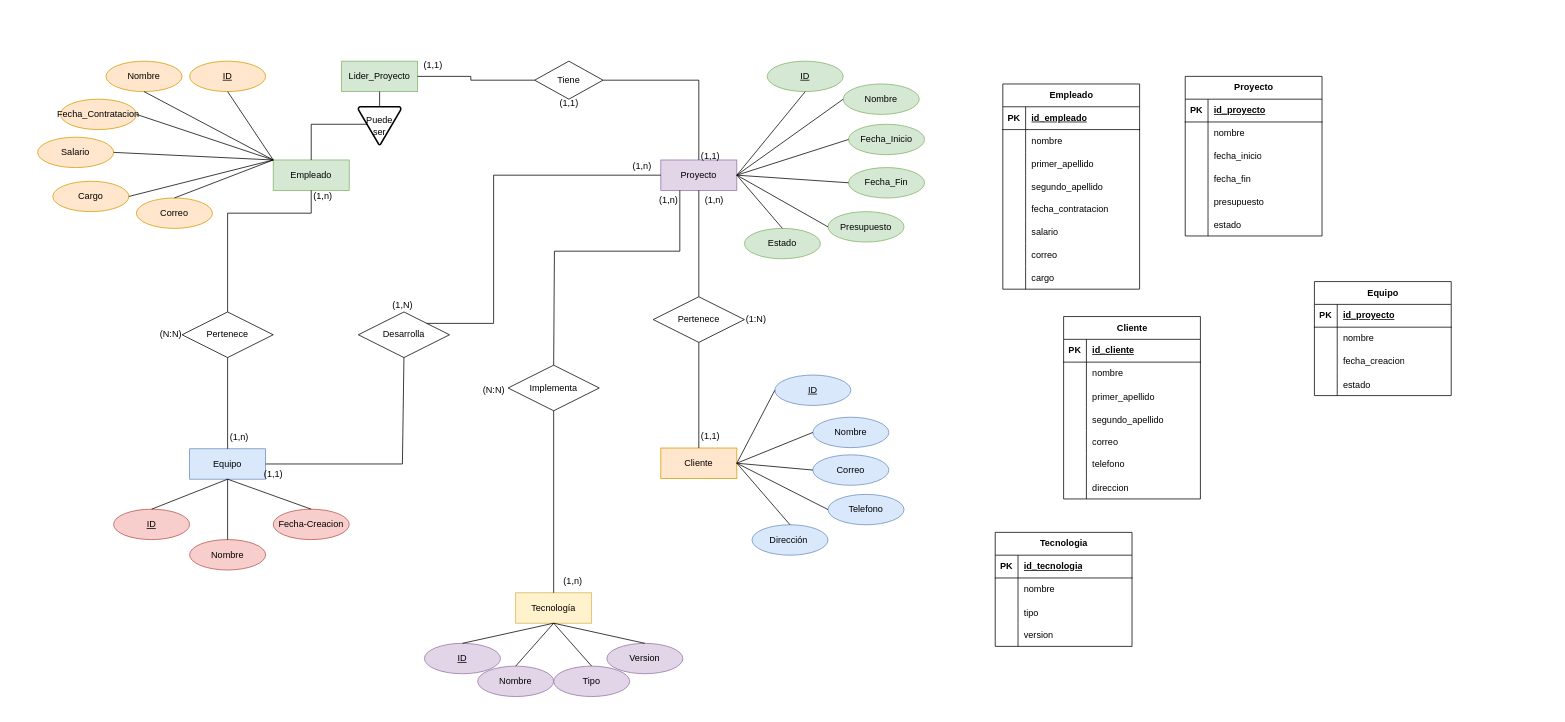
Before: Proyecto.drawio in SebassX69/DiagramasDB, a draw.io diagram. Source tidied: cells renumbered, new cells numbered last; positions are measured from the earlier drawing's top-left corner, leaving out a move shared by most shapes. Both pictures are drawn from the tidied source at 76%, with x=0, y=0 at pixel (37, 53).
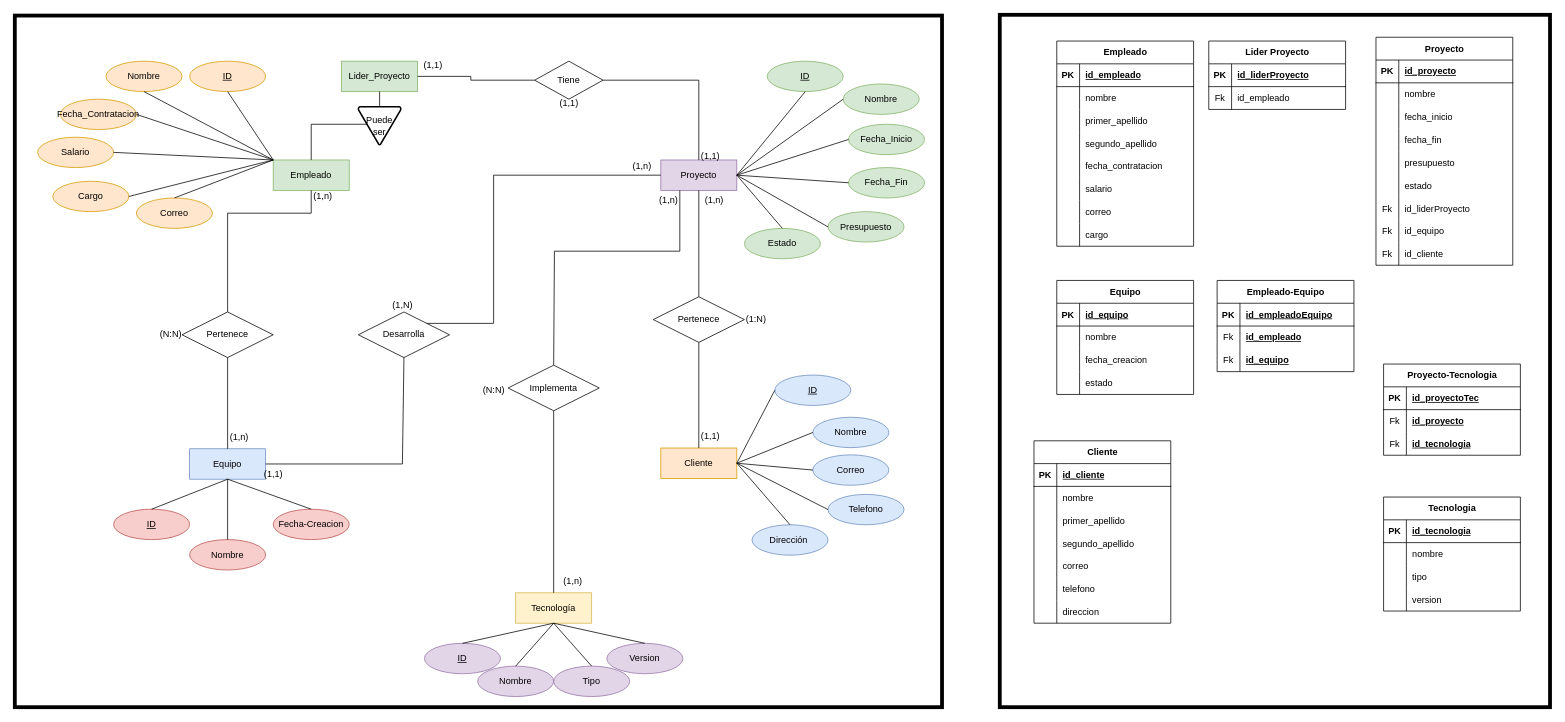
The same diagram, later.

Unchanged cells that the change refers to:
```xml
<mxCell id="169" style="shape=tableRow;horizontal=0;startSize=0;swimlaneHead=0;swimlaneBody=0;fillColor=none;top=0;left=0;right=0;bottom=1;" parent="168" vertex="1">
  <mxGeometry y="30" width="180" height="30" as="geometry" />
</mxCell>
```

What changed in the source:
```diff
@@
     <mxCell id="89" value="Empleado" style="shape=table;startSize=30;childLayout=tableLayout;rowLines=0;fontStyle=1;align=center;html=1;" parent="1" vertex="1">
-      <mxGeometry x="1270" y="40" width="180" height="270" as="geometry" />
+      <mxGeometry x="1341" y="-16.5" width="180" height="270" as="geometry" />
     </mxCell>
@@
     <mxCell id="114" value="Proyecto" style="shape=table;startSize=30;childLayout=tableLayout;rowLines=0;fontStyle=1;align=center;html=1;" parent="1" vertex="1">
-      <mxGeometry x="1510" y="30" width="180" height="210" as="geometry" />
+      <mxGeometry x="1761" y="-21.5" width="180" height="300" as="geometry" />
     </mxCell>
@@
+    <mxCell id="181" style="shape=tableRow;horizontal=0;startSize=0;swimlaneHead=0;swimlaneBody=0;fillColor=none;top=0;left=0;right=0;bottom=0;" parent="114" vertex="1">
+      <mxGeometry y="210" width="180" height="30" as="geometry" />
+    </mxCell>
+    <mxCell id="182" value="Fk" style="shape=partialRectangle;fillColor=none;top=0;left=0;bottom=0;right=0;overflow=hidden;" parent="181" vertex="1">
+      <mxGeometry width="30" height="30" as="geometry" />
+    </mxCell>
+    <mxCell id="183" value="id_liderProyecto" style="shape=partialRectangle;fillColor=none;top=0;left=0;bottom=0;right=0;align=left;spacingLeft=6;overflow=hidden;" parent="181" vertex="1">
+      <mxGeometry x="30" width="150" height="30" as="geometry" />
+    </mxCell>
+    <mxCell id="184" style="shape=tableRow;horizontal=0;startSize=0;swimlaneHead=0;swimlaneBody=0;fillColor=none;top=0;left=0;right=0;bottom=0;" parent="114" vertex="1">
+      <mxGeometry y="240" width="180" height="30" as="geometry" />
+    </mxCell>
+    <mxCell id="185" value="Fk" style="shape=partialRectangle;fillColor=none;top=0;left=0;bottom=0;right=0;overflow=hidden;" parent="184" vertex="1">
+      <mxGeometry width="30" height="30" as="geometry" />
+    </mxCell>
+    <mxCell id="186" value="id_equipo" style="shape=partialRectangle;fillColor=none;top=0;left=0;bottom=0;right=0;align=left;spacingLeft=6;overflow=hidden;" parent="184" vertex="1">
+      <mxGeometry x="30" width="150" height="30" as="geometry" />
+    </mxCell>
+    <mxCell id="187" style="shape=tableRow;horizontal=0;startSize=0;swimlaneHead=0;swimlaneBody=0;fillColor=none;top=0;left=0;right=0;bottom=0;" parent="114" vertex="1">
+      <mxGeometry y="270" width="180" height="30" as="geometry" />
+    </mxCell>
+    <mxCell id="188" value="Fk" style="shape=partialRectangle;fillColor=none;top=0;left=0;bottom=0;right=0;overflow=hidden;" parent="187" vertex="1">
+      <mxGeometry width="30" height="30" as="geometry" />
+    </mxCell>
+    <mxCell id="189" value="id_cliente" style="shape=partialRectangle;fillColor=none;top=0;left=0;bottom=0;right=0;align=left;spacingLeft=6;overflow=hidden;" parent="187" vertex="1">
+      <mxGeometry x="30" width="150" height="30" as="geometry" />
+    </mxCell>
     <mxCell id="133" value="Cliente" style="shape=table;startSize=30;childLayout=tableLayout;rowLines=0;fontStyle=1;align=center;html=1;" parent="1" vertex="1">
-      <mxGeometry x="1350" y="346" width="180" height="240" as="geometry" />
+      <mxGeometry x="1311" y="509.5" width="180" height="240" as="geometry" />
     </mxCell>
@@
     <mxCell id="155" value="Tecnologia" style="shape=table;startSize=30;childLayout=tableLayout;rowLines=0;fontStyle=1;align=center;html=1;" parent="1" vertex="1">
-      <mxGeometry x="1260" y="630" width="180" height="150" as="geometry" />
+      <mxGeometry x="1771" y="583.5" width="180" height="150" as="geometry" />
     </mxCell>
@@
     <mxCell id="168" value="Equipo" style="shape=table;startSize=30;childLayout=tableLayout;rowLines=0;fontStyle=1;align=center;html=1;" parent="1" vertex="1">
-      <mxGeometry x="1680" y="300" width="180" height="150" as="geometry" />
+      <mxGeometry x="1341" y="298.5" width="180" height="150" as="geometry" />
     </mxCell>
@@
-    <mxCell id="171" value="id_proyecto" style="shape=partialRectangle;fillColor=none;top=0;left=0;bottom=0;right=0;align=left;spacingLeft=6;fontStyle=5;overflow=hidden;whiteSpace=wrap;html=1;" parent="169" vertex="1">
+    <mxCell id="171" value="id_equipo" style="shape=partialRectangle;fillColor=none;top=0;left=0;bottom=0;right=0;align=left;spacingLeft=6;fontStyle=5;overflow=hidden;whiteSpace=wrap;html=1;" parent="169" vertex="1">
       <mxGeometry x="30" width="150" height="30" as="geometry" />
     </mxCell>
@@
+    <mxCell id="190" value="Lider Proyecto" style="shape=table;startSize=30;childLayout=tableLayout;rowLines=0;fontStyle=1;align=center;html=1;" parent="1" vertex="1">
+      <mxGeometry x="1541" y="-16.5" width="180" height="90" as="geometry" />
+    </mxCell>
+    <mxCell id="191" style="shape=tableRow;horizontal=0;startSize=0;swimlaneHead=0;swimlaneBody=0;fillColor=none;top=0;left=0;right=0;bottom=1;" parent="190" vertex="1">
+      <mxGeometry y="30" width="180" height="30" as="geometry" />
+    </mxCell>
+    <mxCell id="192" value="PK" style="shape=partialRectangle;fillColor=none;top=0;left=0;bottom=0;right=0;fontStyle=1;overflow=hidden;whiteSpace=wrap;html=1;" parent="191" vertex="1">
+      <mxGeometry width="30" height="30" as="geometry" />
+    </mxCell>
+    <mxCell id="193" value="id_liderProyecto" style="shape=partialRectangle;fillColor=none;top=0;left=0;bottom=0;right=0;align=left;spacingLeft=6;fontStyle=5;overflow=hidden;whiteSpace=wrap;html=1;" parent="191" vertex="1">
+      <mxGeometry x="30" width="150" height="30" as="geometry" />
+    </mxCell>
+    <mxCell id="194" style="shape=tableRow;horizontal=0;startSize=0;swimlaneHead=0;swimlaneBody=0;fillColor=none;top=0;left=0;right=0;bottom=0;" parent="190" vertex="1">
+      <mxGeometry y="60" width="180" height="30" as="geometry" />
+    </mxCell>
+    <mxCell id="195" value="Fk" style="shape=partialRectangle;fillColor=none;top=0;left=0;bottom=0;right=0;overflow=hidden;whiteSpace=wrap;html=1;" parent="194" vertex="1">
+      <mxGeometry width="30" height="30" as="geometry" />
+    </mxCell>
+    <mxCell id="196" value="id_empleado" style="shape=partialRectangle;fillColor=none;top=0;left=0;bottom=0;right=0;align=left;spacingLeft=6;overflow=hidden;whiteSpace=wrap;html=1;" parent="194" vertex="1">
+      <mxGeometry x="30" width="150" height="30" as="geometry" />
+    </mxCell>
+    <mxCell id="197" value="Empleado-Equipo" style="shape=table;startSize=30;childLayout=tableLayout;rowLines=0;fontStyle=1;align=center;html=1;" parent="1" vertex="1">
+      <mxGeometry x="1552" y="298.5" width="180" height="120" as="geometry" />
+    </mxCell>
+    <mxCell id="198" style="shape=tableRow;horizontal=0;startSize=0;swimlaneHead=0;swimlaneBody=0;fillColor=none;top=0;left=0;right=0;bottom=1;" parent="197" vertex="1">
+      <mxGeometry y="30" width="180" height="30" as="geometry" />
+    </mxCell>
+    <mxCell id="199" value="PK" style="shape=partialRectangle;fillColor=none;top=0;left=0;bottom=0;right=0;fontStyle=1;overflow=hidden;whiteSpace=wrap;html=1;" parent="198" vertex="1">
+      <mxGeometry width="30" height="30" as="geometry" />
+    </mxCell>
+    <mxCell id="200" value="id_empleadoEquipo" style="shape=partialRectangle;fillColor=none;top=0;left=0;bottom=0;right=0;align=left;spacingLeft=6;fontStyle=5;overflow=hidden;whiteSpace=wrap;html=1;" parent="198" vertex="1">
+      <mxGeometry x="30" width="150" height="30" as="geometry" />
+    </mxCell>
+    <mxCell id="201" style="shape=tableRow;horizontal=0;startSize=0;swimlaneHead=0;swimlaneBody=0;fillColor=none;top=0;left=0;right=0;bottom=0;" parent="197" vertex="1">
+      <mxGeometry y="60" width="180" height="30" as="geometry" />
+    </mxCell>
+    <mxCell id="202" value="Fk" style="shape=partialRectangle;fillColor=none;top=0;left=0;bottom=0;right=0;overflow=hidden;whiteSpace=wrap;html=1;" parent="201" vertex="1">
+      <mxGeometry width="30" height="30" as="geometry" />
+    </mxCell>
+    <mxCell id="203" value="&lt;span style=&quot;font-weight: 700; text-decoration-line: underline;&quot;&gt;id_empleado&lt;/span&gt;" style="shape=partialRectangle;fillColor=none;top=0;left=0;bottom=0;right=0;align=left;spacingLeft=6;overflow=hidden;whiteSpace=wrap;html=1;" parent="201" vertex="1">
+      <mxGeometry x="30" width="150" height="30" as="geometry" />
+    </mxCell>
+    <mxCell id="204" style="shape=tableRow;horizontal=0;startSize=0;swimlaneHead=0;swimlaneBody=0;fillColor=none;top=0;left=0;right=0;bottom=0;" parent="197" vertex="1">
+      <mxGeometry y="90" width="180" height="30" as="geometry" />
+    </mxCell>
+    <mxCell id="205" value="Fk" style="shape=partialRectangle;fillColor=none;top=0;left=0;bottom=0;right=0;overflow=hidden;whiteSpace=wrap;html=1;" parent="204" vertex="1">
+      <mxGeometry width="30" height="30" as="geometry" />
+    </mxCell>
+    <mxCell id="206" value="&lt;span style=&quot;font-weight: 700; text-decoration-line: underline;&quot;&gt;id_equipo&lt;/span&gt;" style="shape=partialRectangle;fillColor=none;top=0;left=0;bottom=0;right=0;align=left;spacingLeft=6;overflow=hidden;whiteSpace=wrap;html=1;" parent="204" vertex="1">
+      <mxGeometry x="30" width="150" height="30" as="geometry" />
+    </mxCell>
+    <mxCell id="207" value="Proyecto-Tecnologia" style="shape=table;startSize=30;childLayout=tableLayout;rowLines=0;fontStyle=1;align=center;html=1;" parent="1" vertex="1">
+      <mxGeometry x="1771" y="408.5" width="180" height="120" as="geometry" />
+    </mxCell>
+    <mxCell id="208" style="shape=tableRow;horizontal=0;startSize=0;swimlaneHead=0;swimlaneBody=0;fillColor=none;top=0;left=0;right=0;bottom=1;" parent="207" vertex="1">
+      <mxGeometry y="30" width="180" height="30" as="geometry" />
+    </mxCell>
+    <mxCell id="209" value="PK" style="shape=partialRectangle;fillColor=none;top=0;left=0;bottom=0;right=0;fontStyle=1;overflow=hidden;whiteSpace=wrap;html=1;" parent="208" vertex="1">
+      <mxGeometry width="30" height="30" as="geometry" />
+    </mxCell>
+    <mxCell id="210" value="id_proyectoTec" style="shape=partialRectangle;fillColor=none;top=0;left=0;bottom=0;right=0;align=left;spacingLeft=6;fontStyle=5;overflow=hidden;whiteSpace=wrap;html=1;" parent="208" vertex="1">
+      <mxGeometry x="30" width="150" height="30" as="geometry" />
+    </mxCell>
+    <mxCell id="211" style="shape=tableRow;horizontal=0;startSize=0;swimlaneHead=0;swimlaneBody=0;fillColor=none;top=0;left=0;right=0;bottom=0;" parent="207" vertex="1">
+      <mxGeometry y="60" width="180" height="30" as="geometry" />
+    </mxCell>
+    <mxCell id="212" value="Fk" style="shape=partialRectangle;fillColor=none;top=0;left=0;bottom=0;right=0;overflow=hidden;whiteSpace=wrap;html=1;" parent="211" vertex="1">
+      <mxGeometry width="30" height="30" as="geometry" />
+    </mxCell>
+    <mxCell id="213" value="&lt;span style=&quot;font-weight: 700; text-decoration-line: underline;&quot;&gt;id_proyecto&lt;/span&gt;" style="shape=partialRectangle;fillColor=none;top=0;left=0;bottom=0;right=0;align=left;spacingLeft=6;overflow=hidden;whiteSpace=wrap;html=1;" parent="211" vertex="1">
+      <mxGeometry x="30" width="150" height="30" as="geometry" />
+    </mxCell>
+    <mxCell id="214" style="shape=tableRow;horizontal=0;startSize=0;swimlaneHead=0;swimlaneBody=0;fillColor=none;top=0;left=0;right=0;bottom=0;" parent="207" vertex="1">
+      <mxGeometry y="90" width="180" height="30" as="geometry" />
+    </mxCell>
+    <mxCell id="215" value="Fk" style="shape=partialRectangle;fillColor=none;top=0;left=0;bottom=0;right=0;overflow=hidden;whiteSpace=wrap;html=1;" parent="214" vertex="1">
+      <mxGeometry width="30" height="30" as="geometry" />
+    </mxCell>
+    <mxCell id="216" value="&lt;span style=&quot;font-weight: 700; text-decoration-line: underline;&quot;&gt;id_tecnologia&lt;/span&gt;" style="shape=partialRectangle;fillColor=none;top=0;left=0;bottom=0;right=0;align=left;spacingLeft=6;overflow=hidden;whiteSpace=wrap;html=1;" parent="214" vertex="1">
+      <mxGeometry x="30" width="150" height="30" as="geometry" />
+    </mxCell>
+    <mxCell id="217" style="rounded=0;whiteSpace=wrap;html=1;strokeWidth=5;fillColor=none;" parent="1" vertex="1">
+      <mxGeometry x="-30" y="-50" width="1220" height="910" as="geometry" />
+    </mxCell>
+    <mxCell id="218" style="rounded=0;whiteSpace=wrap;html=1;strokeWidth=5;fillColor=none;" parent="1" vertex="1">
+      <mxGeometry x="1266" y="-51" width="724" height="911" as="geometry" />
+    </mxCell>
```
